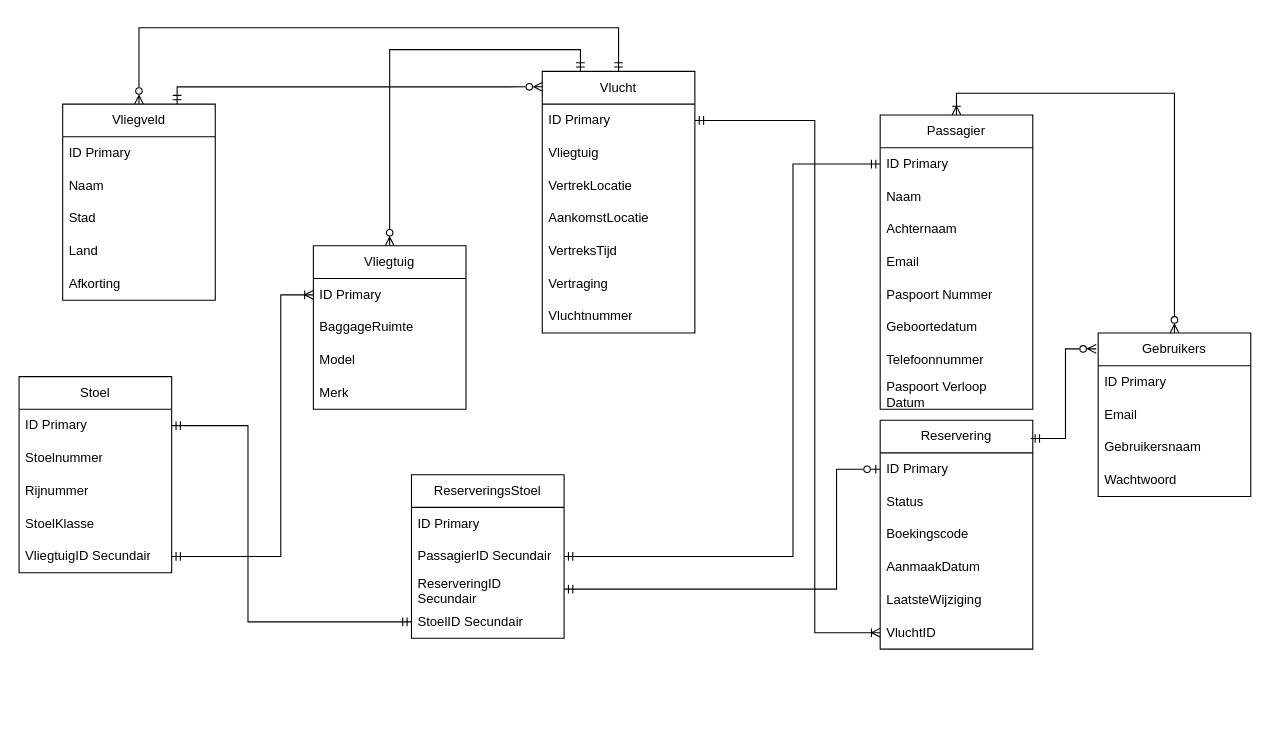
Before: ERD.drawio in Talhacar-HR/Project-B-Airlines, a draw.io diagram. Source tidied: cells renumbered, new cells numbered last; positions are measured from the earlier drawing's top-left corner, leaving out a move shared by most shapes. Both pictures are drawn from the tidied source at 109%, with x=0, y=0 at pixel (19, 27).
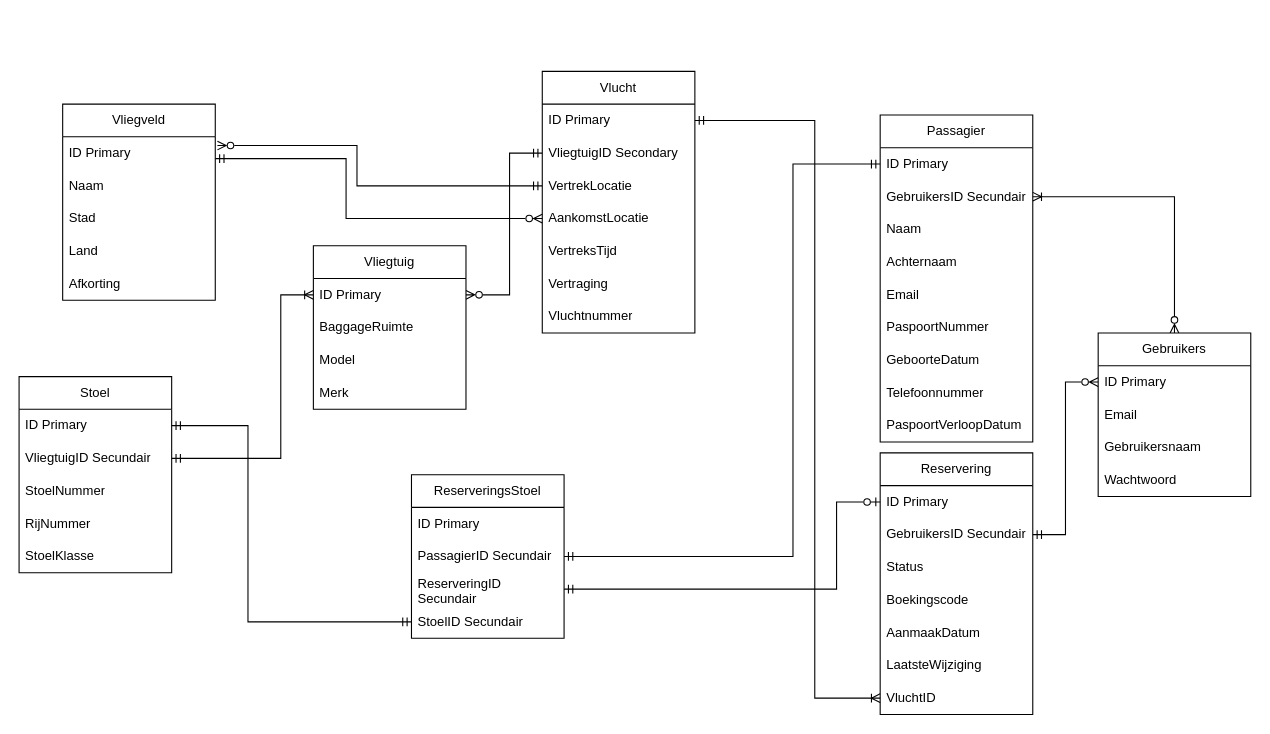
The same page after the edit.

Commit message (it also covers changes not shown here):
better init

The change refers to these unchanged cells:
```xml
<mxCell id="3" value="Vliegveld" style="swimlane;fontStyle=0;horizontal=1;startSize=30;whiteSpace=wrap;html=1;" parent="1" vertex="1">
  <mxGeometry x="40" y="70" width="140" height="180" as="geometry" />
</mxCell>
<mxCell id="4" value="ID Primary" style="text;strokeColor=none;fillColor=none;align=left;verticalAlign=middle;spacingLeft=4;spacingRight=4;overflow=hidden;points=[[0,0.5],[1,0.5]];portConstraint=eastwest;whiteSpace=wrap;html=1;" parent="3" vertex="1">
  <mxGeometry y="30" width="140" height="30" as="geometry" />
</mxCell>
<mxCell id="18" value="Stoel" style="swimlane;fontStyle=0;horizontal=1;startSize=30;whiteSpace=wrap;html=1;" parent="1" vertex="1">
  <mxGeometry y="320" width="140" height="180" as="geometry" />
</mxCell>
<mxCell id="24" value="Vlucht" style="swimlane;fontStyle=0;horizontal=1;startSize=30;whiteSpace=wrap;html=1;" parent="1" vertex="1">
  <mxGeometry x="480" y="40" width="140" height="240" as="geometry" />
</mxCell>
<mxCell id="25" value="ID Primary" style="text;strokeColor=none;fillColor=none;align=left;verticalAlign=middle;spacingLeft=4;spacingRight=4;overflow=hidden;points=[[0,0.5],[1,0.5]];portConstraint=eastwest;whiteSpace=wrap;html=1;" parent="24" vertex="1">
  <mxGeometry y="30" width="140" height="30" as="geometry" />
</mxCell>
<mxCell id="27" value="VertrekLocatie" style="text;strokeColor=none;fillColor=none;align=left;verticalAlign=middle;spacingLeft=4;spacingRight=4;overflow=hidden;points=[[0,0.5],[1,0.5]];portConstraint=eastwest;whiteSpace=wrap;html=1;" parent="24" vertex="1">
  <mxGeometry y="90" width="140" height="30" as="geometry" />
</mxCell>
<mxCell id="28" value="AankomstLocatie" style="text;strokeColor=none;fillColor=none;align=left;verticalAlign=middle;spacingLeft=4;spacingRight=4;overflow=hidden;points=[[0,0.5],[1,0.5]];portConstraint=eastwest;whiteSpace=wrap;html=1;" parent="24" vertex="1">
  <mxGeometry y="120" width="140" height="30" as="geometry" />
</mxCell>
<mxCell id="33" value="Vliegtuig" style="swimlane;fontStyle=0;horizontal=1;startSize=30;whiteSpace=wrap;html=1;" parent="1" vertex="1">
  <mxGeometry x="270" y="200" width="140" height="150" as="geometry" />
</mxCell>
<mxCell id="34" value="ID Primary" style="text;strokeColor=none;fillColor=none;align=left;verticalAlign=middle;spacingLeft=4;spacingRight=4;overflow=hidden;points=[[0,0.5],[1,0.5]];portConstraint=eastwest;whiteSpace=wrap;html=1;" parent="33" vertex="1">
  <mxGeometry y="30" width="140" height="30" as="geometry" />
</mxCell>
<mxCell id="39" value="ID Primary" style="text;strokeColor=none;fillColor=none;align=left;verticalAlign=middle;spacingLeft=4;spacingRight=4;overflow=hidden;points=[[0,0.5],[1,0.5]];portConstraint=eastwest;whiteSpace=wrap;html=1;" parent="38" vertex="1">
  <mxGeometry y="30" width="140" height="30" as="geometry" />
</mxCell>
<mxCell id="47" value="Gebruikers" style="swimlane;fontStyle=0;horizontal=1;startSize=30;whiteSpace=wrap;html=1;" parent="1" vertex="1">
  <mxGeometry x="990" y="280" width="140" height="150" as="geometry" />
</mxCell>
<mxCell id="48" value="ID Primary" style="text;strokeColor=none;fillColor=none;align=left;verticalAlign=middle;spacingLeft=4;spacingRight=4;overflow=hidden;points=[[0,0.5],[1,0.5]];portConstraint=eastwest;whiteSpace=wrap;html=1;" parent="47" vertex="1">
  <mxGeometry y="30" width="140" height="30" as="geometry" />
</mxCell>
<mxCell id="55" value="ReserveringID Secundair" style="text;strokeColor=none;fillColor=none;align=left;verticalAlign=middle;spacingLeft=4;spacingRight=4;overflow=hidden;points=[[0,0.5],[1,0.5]];portConstraint=eastwest;whiteSpace=wrap;html=1;" parent="52" vertex="1">
  <mxGeometry y="90" width="140" height="30" as="geometry" />
</mxCell>
```

The edit, as a diff of the source:
```diff
@@
-    <mxCell id="2" style="edgeStyle=orthogonalEdgeStyle;rounded=0;jettySize=auto;html=1;entryX=0.5;entryY=0;entryDx=0;entryDy=0;startArrow=ERzeroToMany;startFill=0;endArrow=ERmandOne;endFill=0;" parent="1" edge="1" source="3" target="24">
-      <mxGeometry relative="1" as="geometry">
+    <mxCell id="2" style="edgeStyle=orthogonalEdgeStyle;rounded=0;jettySize=auto;html=1;entryX=0;entryY=0.5;entryDx=0;entryDy=0;startArrow=ERzeroToMany;startFill=0;endArrow=ERmandOne;endFill=0;exitX=1.014;exitY=0.267;exitDx=0;exitDy=0;exitPerimeter=0;" parent="1" edge="1" source="4" target="27">
+      <mxGeometry x="-0.2" relative="1" as="geometry">
         <Array as="points">
-          <mxPoint x="110.1" />
-          <mxPoint x="550" />
+          <mxPoint x="310" y="108" />
+          <mxPoint x="310" y="145" />
         </Array>
       </mxGeometry>
     </mxCell>
@@
     <mxCell id="9" value="Passagier" style="swimlane;fontStyle=0;horizontal=1;startSize=30;whiteSpace=wrap;html=1;" parent="1" vertex="1">
-      <mxGeometry x="790" y="80" width="140" height="270" as="geometry" />
+      <mxGeometry x="790" y="80" width="140" height="300" as="geometry" />
     </mxCell>
@@
+    <mxCell id="63" value="GebruikersID Secundair" style="text;strokeColor=none;fillColor=none;align=left;verticalAlign=middle;spacingLeft=4;spacingRight=4;overflow=hidden;whiteSpace=wrap;html=1;" parent="9" vertex="1">
+      <mxGeometry y="60" width="140" height="30" as="geometry" />
+    </mxCell>
     <mxCell id="11" value="Naam" style="text;strokeColor=none;fillColor=none;align=left;verticalAlign=middle;spacingLeft=4;spacingRight=4;overflow=hidden;whiteSpace=wrap;html=1;" parent="9" vertex="1">
-      <mxGeometry y="60" width="140" height="30" as="geometry" />
+      <mxGeometry y="90" width="140" height="30" as="geometry" />
     </mxCell>
     <mxCell id="12" value="Achternaam" style="text;strokeColor=none;fillColor=none;align=left;verticalAlign=middle;spacingLeft=4;spacingRight=4;overflow=hidden;whiteSpace=wrap;html=1;" parent="9" vertex="1">
-      <mxGeometry y="90" width="140" height="30" as="geometry" />
+      <mxGeometry y="120" width="140" height="30" as="geometry" />
     </mxCell>
     <mxCell id="13" value="Email" style="text;strokeColor=none;fillColor=none;align=left;verticalAlign=middle;spacingLeft=4;spacingRight=4;overflow=hidden;whiteSpace=wrap;html=1;" parent="9" vertex="1">
-      <mxGeometry y="120" width="140" height="30" as="geometry" />
+      <mxGeometry y="150" width="140" height="30" as="geometry" />
     </mxCell>
-    <mxCell id="14" value="Paspoort Nummer" style="text;strokeColor=none;fillColor=none;align=left;verticalAlign=middle;spacingLeft=4;spacingRight=4;overflow=hidden;whiteSpace=wrap;html=1;" parent="9" vertex="1">
-      <mxGeometry y="150" width="140" height="30" as="geometry" />
+    <mxCell id="14" value="PaspoortNummer" style="text;strokeColor=none;fillColor=none;align=left;verticalAlign=middle;spacingLeft=4;spacingRight=4;overflow=hidden;whiteSpace=wrap;html=1;" parent="9" vertex="1">
+      <mxGeometry y="180" width="140" height="30" as="geometry" />
     </mxCell>
-    <mxCell id="15" value="Geboortedatum" style="text;strokeColor=none;fillColor=none;align=left;verticalAlign=middle;spacingLeft=4;spacingRight=4;overflow=hidden;whiteSpace=wrap;html=1;" parent="9" vertex="1">
-      <mxGeometry y="180" width="140" height="30" as="geometry" />
+    <mxCell id="15" value="GeboorteDatum" style="text;strokeColor=none;fillColor=none;align=left;verticalAlign=middle;spacingLeft=4;spacingRight=4;overflow=hidden;whiteSpace=wrap;html=1;" parent="9" vertex="1">
+      <mxGeometry y="210" width="140" height="30" as="geometry" />
     </mxCell>
     <mxCell id="16" value="Telefoonnummer" style="text;strokeColor=none;fillColor=none;align=left;verticalAlign=middle;spacingLeft=4;spacingRight=4;overflow=hidden;whiteSpace=wrap;html=1;" parent="9" vertex="1">
-      <mxGeometry y="210" width="140" height="30" as="geometry" />
+      <mxGeometry y="240" width="140" height="30" as="geometry" />
     </mxCell>
-    <mxCell id="17" value="Paspoort Verloop Datum" style="text;strokeColor=none;fillColor=none;align=left;verticalAlign=middle;spacingLeft=4;spacingRight=4;overflow=hidden;whiteSpace=wrap;html=1;" parent="9" vertex="1">
-      <mxGeometry y="240" width="140" height="30" as="geometry" />
+    <mxCell id="17" value="PaspoortVerloopDatum" style="text;strokeColor=none;fillColor=none;align=left;verticalAlign=middle;spacingLeft=4;spacingRight=4;overflow=hidden;whiteSpace=wrap;html=1;" parent="9" vertex="1">
+      <mxGeometry y="270" width="140" height="30" as="geometry" />
     </mxCell>
@@
+    <mxCell id="23" value="VliegtuigID Secundair" style="text;strokeColor=none;fillColor=none;align=left;verticalAlign=middle;spacingLeft=4;spacingRight=4;overflow=hidden;points=[[0,0.5],[1,0.5]];portConstraint=eastwest;whiteSpace=wrap;html=1;" parent="18" vertex="1">
+      <mxGeometry y="60" width="140" height="30" as="geometry" />
+    </mxCell>
-    <mxCell id="20" value="Stoelnummer" style="text;strokeColor=none;fillColor=none;align=left;verticalAlign=middle;spacingLeft=4;spacingRight=4;overflow=hidden;whiteSpace=wrap;html=1;" parent="18" vertex="1">
-      <mxGeometry y="60" width="140" height="30" as="geometry" />
+    <mxCell id="20" value="StoelNummer" style="text;strokeColor=none;fillColor=none;align=left;verticalAlign=middle;spacingLeft=4;spacingRight=4;overflow=hidden;whiteSpace=wrap;html=1;" parent="18" vertex="1">
+      <mxGeometry y="90" width="140" height="30" as="geometry" />
     </mxCell>
-    <mxCell id="21" value="Rijnummer" style="text;strokeColor=none;fillColor=none;align=left;verticalAlign=middle;spacingLeft=4;spacingRight=4;overflow=hidden;whiteSpace=wrap;html=1;" parent="18" vertex="1">
-      <mxGeometry y="90" width="140" height="30" as="geometry" />
+    <mxCell id="21" value="RijNummer" style="text;strokeColor=none;fillColor=none;align=left;verticalAlign=middle;spacingLeft=4;spacingRight=4;overflow=hidden;whiteSpace=wrap;html=1;" parent="18" vertex="1">
+      <mxGeometry y="120" width="140" height="30" as="geometry" />
     </mxCell>
     <mxCell id="22" value="StoelKlasse" style="text;strokeColor=none;fillColor=none;align=left;verticalAlign=middle;spacingLeft=4;spacingRight=4;overflow=hidden;whiteSpace=wrap;html=1;" parent="18" vertex="1">
-      <mxGeometry y="120" width="140" height="30" as="geometry" />
+      <mxGeometry y="150" width="140" height="30" as="geometry" />
     </mxCell>
-    <mxCell id="23" value="VliegtuigID Secundair" style="text;strokeColor=none;fillColor=none;align=left;verticalAlign=middle;spacingLeft=4;spacingRight=4;overflow=hidden;points=[[0,0.5],[1,0.5]];portConstraint=eastwest;whiteSpace=wrap;html=1;" parent="18" vertex="1">
-      <mxGeometry y="150" width="140" height="30" as="geometry" />
-    </mxCell>
@@
-    <mxCell id="26" value="Vliegtuig" style="text;strokeColor=none;fillColor=none;align=left;verticalAlign=middle;spacingLeft=4;spacingRight=4;overflow=hidden;points=[[0,0.5],[1,0.5]];portConstraint=eastwest;whiteSpace=wrap;html=1;" parent="24" vertex="1">
+    <mxCell id="26" value="VliegtuigID Secondary" style="text;strokeColor=none;fillColor=none;align=left;verticalAlign=middle;spacingLeft=4;spacingRight=4;overflow=hidden;points=[[0,0.5],[1,0.5]];portConstraint=eastwest;whiteSpace=wrap;html=1;" parent="24" vertex="1">
       <mxGeometry y="60" width="140" height="30" as="geometry" />
     </mxCell>
@@
-    <mxCell id="32" style="edgeStyle=orthogonalEdgeStyle;rounded=0;jettySize=auto;html=1;entryX=0.25;entryY=0;entryDx=0;entryDy=0;exitX=0.5;exitY=0;exitDx=0;exitDy=0;startArrow=ERzeroToMany;startFill=0;endArrow=ERmandOne;endFill=0;" parent="1" edge="1" source="33" target="24">
-      <mxGeometry relative="1" as="geometry">
+    <mxCell id="32" style="edgeStyle=orthogonalEdgeStyle;rounded=0;jettySize=auto;html=1;entryX=0;entryY=0.5;entryDx=0;entryDy=0;exitX=1;exitY=0.5;exitDx=0;exitDy=0;startArrow=ERzeroToMany;startFill=0;endArrow=ERmandOne;endFill=0;" parent="1" edge="1" source="34" target="26">
+      <mxGeometry x="-0.24" relative="1" as="geometry">
         <Array as="points">
-          <mxPoint x="340.1" y="20" />
-          <mxPoint x="515" y="20" />
+          <mxPoint x="450" y="245" />
+          <mxPoint x="450" y="115" />
         </Array>
       </mxGeometry>
     </mxCell>
@@
     <mxCell id="38" value="Reservering" style="swimlane;fontStyle=0;horizontal=1;startSize=30;whiteSpace=wrap;html=1;" parent="1" vertex="1">
-      <mxGeometry x="790" y="360" width="140" height="210" as="geometry" />
+      <mxGeometry x="790" y="390" width="140" height="240" as="geometry" />
     </mxCell>
@@
+    <mxCell id="64" value="GebruikersID Secundair" style="text;strokeColor=none;fillColor=none;align=left;verticalAlign=middle;spacingLeft=4;spacingRight=4;overflow=hidden;points=[[0,0.5],[1,0.5]];portConstraint=eastwest;whiteSpace=wrap;html=1;" parent="38" vertex="1">
+      <mxGeometry y="60" width="140" height="30" as="geometry" />
+    </mxCell>
     <mxCell id="40" value="Status" style="text;strokeColor=none;fillColor=none;align=left;verticalAlign=middle;spacingLeft=4;spacingRight=4;overflow=hidden;whiteSpace=wrap;html=1;" parent="38" vertex="1">
-      <mxGeometry y="60" width="140" height="30" as="geometry" />
+      <mxGeometry y="90" width="140" height="30" as="geometry" />
     </mxCell>
     <mxCell id="41" value="Boekingscode" style="text;strokeColor=none;fillColor=none;align=left;verticalAlign=middle;spacingLeft=4;spacingRight=4;overflow=hidden;whiteSpace=wrap;html=1;" parent="38" vertex="1">
-      <mxGeometry y="90" width="140" height="30" as="geometry" />
+      <mxGeometry y="120" width="140" height="30" as="geometry" />
     </mxCell>
     <mxCell id="42" value="AanmaakDatum" style="text;strokeColor=none;fillColor=none;align=left;verticalAlign=middle;spacingLeft=4;spacingRight=4;overflow=hidden;whiteSpace=wrap;html=1;" parent="38" vertex="1">
-      <mxGeometry y="120" width="140" height="30" as="geometry" />
+      <mxGeometry y="150" width="140" height="30" as="geometry" />
     </mxCell>
     <mxCell id="43" value="LaatsteWijziging" style="text;strokeColor=none;fillColor=none;align=left;verticalAlign=middle;spacingLeft=4;spacingRight=4;overflow=hidden;whiteSpace=wrap;html=1;" parent="38" vertex="1">
-      <mxGeometry y="150" width="140" height="30" as="geometry" />
+      <mxGeometry y="180" width="140" height="30" as="geometry" />
     </mxCell>
     <mxCell id="44" value="VluchtID" style="text;strokeColor=none;fillColor=none;align=left;verticalAlign=middle;spacingLeft=4;spacingRight=4;overflow=hidden;points=[[0,0.5],[1,0.5]];portConstraint=eastwest;whiteSpace=wrap;html=1;" parent="38" vertex="1">
-      <mxGeometry y="180" width="140" height="30" as="geometry" />
+      <mxGeometry y="210" width="140" height="30" as="geometry" />
     </mxCell>
-    <mxCell id="45" style="edgeStyle=orthogonalEdgeStyle;rounded=0;jettySize=auto;html=1;entryX=0.5;entryY=0;entryDx=0;entryDy=0;exitX=0.5;exitY=0;exitDx=0;exitDy=0;startArrow=ERzeroToMany;startFill=0;endArrow=ERoneToMany;endFill=0;" parent="1" edge="1" source="47" target="9">
+    <mxCell id="45" style="edgeStyle=orthogonalEdgeStyle;rounded=0;jettySize=auto;html=1;entryX=1;entryY=0.25;entryDx=0;entryDy=0;exitX=0.5;exitY=0;exitDx=0;exitDy=0;startArrow=ERzeroToMany;startFill=0;endArrow=ERoneToMany;endFill=0;" parent="1" edge="1" source="47" target="9">
       <mxGeometry relative="1" as="geometry" />
     </mxCell>
-    <mxCell id="46" style="edgeStyle=orthogonalEdgeStyle;rounded=0;jettySize=auto;html=1;entryX=0.987;entryY=0.08;entryDx=0;entryDy=0;entryPerimeter=0;exitX=-0.013;exitY=0.097;exitDx=0;exitDy=0;exitPerimeter=0;startArrow=ERzeroToMany;startFill=0;endArrow=ERmandOne;endFill=0;" parent="1" edge="1" source="47" target="38">
+    <mxCell id="46" style="edgeStyle=orthogonalEdgeStyle;rounded=0;jettySize=auto;html=1;entryX=1;entryY=0.5;entryDx=0;entryDy=0;exitX=0;exitY=0.5;exitDx=0;exitDy=0;startArrow=ERzeroToMany;startFill=0;endArrow=ERmandOne;endFill=0;" parent="1" edge="1" source="48" target="64">
       <mxGeometry relative="1" as="geometry" />
     </mxCell>
@@
-    <mxCell id="57" style="edgeStyle=orthogonalEdgeStyle;rounded=0;jettySize=auto;html=1;entryX=0;entryY=0.5;entryDx=0;entryDy=0;endArrow=ERoneToMany;endFill=0;startArrow=ERmandOne;startFill=0;" parent="1" edge="1" source="23" target="34">
-      <mxGeometry relative="1" as="geometry">
+    <mxCell id="57" style="edgeStyle=orthogonalEdgeStyle;rounded=0;jettySize=auto;html=1;entryX=0;entryY=0.5;entryDx=0;entryDy=0;endArrow=ERoneToMany;endFill=0;startArrow=ERmandOne;startFill=0;exitX=1;exitY=0.5;exitDx=0;exitDy=0;" parent="1" edge="1" source="23" target="34">
+      <mxGeometry x="-0.12" relative="1" as="geometry">
         <Array as="points">
-          <mxPoint x="240.1" y="485" />
+          <mxPoint x="240.1" y="395" />
           <mxPoint x="240.1" y="245" />
         </Array>
       </mxGeometry>
     </mxCell>
@@
     <mxCell id="59" style="edgeStyle=orthogonalEdgeStyle;rounded=0;jettySize=auto;html=1;entryX=0;entryY=0.5;entryDx=0;entryDy=0;startArrow=ERmandOne;startFill=0;endArrow=ERzeroToOne;endFill=0;" parent="1" edge="1" source="55" target="39">
-      <mxGeometry relative="1" as="geometry">
+      <mxGeometry x="0.16" relative="1" as="geometry">
         <Array as="points">
           <mxPoint x="750" y="515" />
-          <mxPoint x="750" y="405" />
+          <mxPoint x="750" y="435" />
         </Array>
       </mxGeometry>
     </mxCell>
@@
-    <mxCell id="61" style="edgeStyle=orthogonalEdgeStyle;rounded=0;jettySize=auto;html=1;entryX=1;entryY=0.5;entryDx=0;entryDy=0;startArrow=ERoneToMany;startFill=0;endArrow=ERmandOne;endFill=0;" parent="1" edge="1" source="44" target="25">
-      <mxGeometry relative="1" as="geometry">
+    <mxCell id="61" style="edgeStyle=orthogonalEdgeStyle;rounded=0;jettySize=auto;html=1;entryX=1;entryY=0.5;entryDx=0;entryDy=0;startArrow=ERoneToMany;startFill=0;endArrow=ERmandOne;endFill=0;exitX=0;exitY=0.5;exitDx=0;exitDy=0;" parent="1" edge="1" source="44" target="25">
+      <mxGeometry x="-0.08" relative="1" as="geometry">
         <Array as="points">
-          <mxPoint x="730" y="555" />
+          <mxPoint x="730" y="615" />
           <mxPoint x="730" y="85" />
         </Array>
       </mxGeometry>
     </mxCell>
-    <mxCell id="62" style="edgeStyle=orthogonalEdgeStyle;rounded=0;jettySize=auto;html=1;entryX=0.001;entryY=0.059;entryDx=0;entryDy=0;entryPerimeter=0;exitX=0.75;exitY=0;exitDx=0;exitDy=0;startArrow=ERmandOne;startFill=0;endArrow=ERzeroToMany;endFill=0;" parent="1" edge="1" source="3" target="24">
-      <mxGeometry relative="1" as="geometry">
+    <mxCell id="62" style="edgeStyle=orthogonalEdgeStyle;rounded=0;jettySize=auto;html=1;entryX=0;entryY=0.5;entryDx=0;entryDy=0;startArrow=ERmandOne;startFill=0;endArrow=ERzeroToMany;endFill=0;" parent="1" edge="1" target="28">
+      <mxGeometry x="-0.09" relative="1" as="geometry">
+        <mxPoint x="180" y="120" as="sourcePoint" />
         <Array as="points">
-          <mxPoint x="145" y="54.2" />
+          <mxPoint x="300" y="120" />
+          <mxPoint x="300" y="175" />
         </Array>
       </mxGeometry>
     </mxCell>
```
